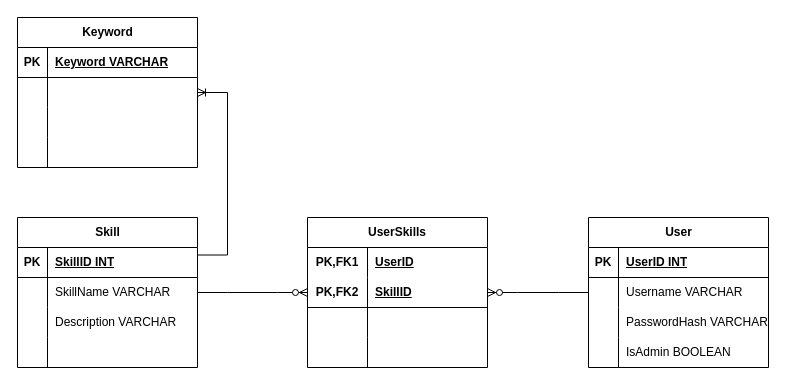
This is SkillsERD.drawio from eliresmer/Skill-Management-API, a draw.io file, before an edit. Source tidied: cells renumbered, new cells numbered last; positions are measured from the earlier drawing's top-left corner, leaving out a move shared by most shapes. Both pictures are drawn from the tidied source at 100%, with x=0, y=0 at pixel (17, 17).
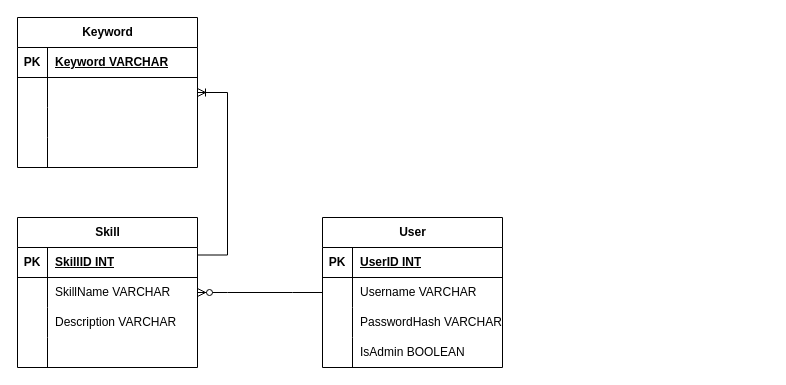
The same page after the edit.

Commit message (it also covers changes not shown here):
simplifying model further cos i realized UserSkills table was redundant

The change refers to these unchanged cells:
```xml
<mxCell id="6" style="shape=tableRow;horizontal=0;startSize=0;swimlaneHead=0;swimlaneBody=0;fillColor=none;points=[[0,0.5],[1,0.5]];portConstraint=eastwest;top=0;left=0;right=0;bottom=0;" parent="2" vertex="1">
  <mxGeometry y="60" width="180" height="30" as="geometry" />
</mxCell>
<mxCell id="19" style="shape=tableRow;horizontal=0;startSize=0;swimlaneHead=0;swimlaneBody=0;fillColor=none;points=[[0,0.5],[1,0.5]];portConstraint=eastwest;top=0;left=0;right=0;bottom=0;" parent="15" vertex="1">
  <mxGeometry y="60" width="180" height="30" as="geometry" />
</mxCell>
```

What changed in the source:
```diff
@@
     <mxCell id="2" value="User" style="shape=table;startSize=30;childLayout=tableLayout;rowLines=0;fontStyle=1;align=center;html=1;" parent="1" vertex="1">
-      <mxGeometry x="571" y="200" width="180" height="150" as="geometry" />
+      <mxGeometry x="305" y="200" width="180" height="150" as="geometry" />
     </mxCell>
@@
-    <mxCell id="28" value="UserSkills" style="shape=table;startSize=30;childLayout=tableLayout;rowLines=0;fontStyle=1;align=center;html=1;whiteSpace=wrap;" parent="1" vertex="1">
-      <mxGeometry x="290" y="200" width="180" height="150" as="geometry" />
-    </mxCell>
-    <mxCell id="29" style="shape=tableRow;horizontal=0;startSize=0;swimlaneHead=0;swimlaneBody=0;fillColor=none;top=0;left=0;right=0;bottom=0;html=1;" parent="28" vertex="1">
-      <mxGeometry y="30" width="180" height="30" as="geometry" />
-    </mxCell>
-    <mxCell id="30" value="PK,FK1" style="shape=partialRectangle;fillColor=none;top=0;left=0;bottom=0;right=0;fontStyle=1;overflow=hidden;html=1;whiteSpace=wrap;" parent="29" vertex="1">
-      <mxGeometry width="60" height="30" as="geometry" />
-    </mxCell>
-    <mxCell id="31" value="UserID" style="shape=partialRectangle;fillColor=none;top=0;left=0;bottom=0;right=0;align=left;spacingLeft=6;fontStyle=5;overflow=hidden;html=1;whiteSpace=wrap;" parent="29" vertex="1">
-      <mxGeometry x="60" width="120" height="30" as="geometry" />
-    </mxCell>
-    <mxCell id="32" style="shape=tableRow;horizontal=0;startSize=0;swimlaneHead=0;swimlaneBody=0;fillColor=none;points=[[0,0.5],[1,0.5]];portConstraint=eastwest;top=0;left=0;right=0;bottom=1;html=1;" parent="28" vertex="1">
-      <mxGeometry y="60" width="180" height="30" as="geometry" />
-    </mxCell>
-    <mxCell id="33" value="PK,FK2" style="shape=partialRectangle;fillColor=none;top=0;left=0;bottom=0;right=0;fontStyle=1;overflow=hidden;html=1;whiteSpace=wrap;" parent="32" vertex="1">
-      <mxGeometry width="60" height="30" as="geometry" />
-    </mxCell>
-    <mxCell id="34" value="SkillID" style="shape=partialRectangle;fillColor=none;top=0;left=0;bottom=0;right=0;align=left;spacingLeft=6;fontStyle=5;overflow=hidden;html=1;whiteSpace=wrap;" parent="32" vertex="1">
-      <mxGeometry x="60" width="120" height="30" as="geometry" />
-    </mxCell>
-    <mxCell id="35" style="shape=tableRow;horizontal=0;startSize=0;swimlaneHead=0;swimlaneBody=0;fillColor=none;top=0;left=0;right=0;bottom=0;html=1;" parent="28" vertex="1">
-      <mxGeometry y="90" width="180" height="30" as="geometry" />
-    </mxCell>
-    <mxCell id="36" style="shape=partialRectangle;fillColor=none;top=0;left=0;bottom=0;right=0;overflow=hidden;html=1;whiteSpace=wrap;" parent="35" vertex="1">
-      <mxGeometry width="60" height="30" as="geometry" />
-    </mxCell>
-    <mxCell id="37" style="shape=partialRectangle;fillColor=none;top=0;left=0;bottom=0;right=0;align=left;spacingLeft=6;overflow=hidden;html=1;whiteSpace=wrap;" parent="35" vertex="1">
-      <mxGeometry x="60" width="120" height="30" as="geometry" />
-    </mxCell>
-    <mxCell id="38" style="shape=tableRow;horizontal=0;startSize=0;swimlaneHead=0;swimlaneBody=0;fillColor=none;top=0;left=0;right=0;bottom=0;html=1;" parent="28" vertex="1">
-      <mxGeometry y="120" width="180" height="30" as="geometry" />
-    </mxCell>
-    <mxCell id="39" style="shape=partialRectangle;fillColor=none;top=0;left=0;bottom=0;right=0;overflow=hidden;html=1;whiteSpace=wrap;" parent="38" vertex="1">
-      <mxGeometry width="60" height="30" as="geometry" />
-    </mxCell>
-    <mxCell id="40" style="shape=partialRectangle;fillColor=none;top=0;left=0;bottom=0;right=0;align=left;spacingLeft=6;overflow=hidden;html=1;whiteSpace=wrap;" parent="38" vertex="1">
-      <mxGeometry x="60" width="120" height="30" as="geometry" />
-    </mxCell>
-    <mxCell id="41" style="edgeStyle=entityRelationEdgeStyle;fontSize=12;html=1;endArrow=ERzeroToMany;endFill=1;rounded=0;exitX=0;exitY=0.5;exitDx=0;exitDy=0;entryX=1;entryY=0.5;entryDx=0;entryDy=0;" parent="1" edge="1" source="6" target="32">
-      <mxGeometry relative="1" as="geometry" />
+    <mxCell id="41" style="edgeStyle=entityRelationEdgeStyle;fontSize=12;html=1;endArrow=ERzeroToMany;endFill=1;rounded=0;exitX=0;exitY=0.5;exitDx=0;exitDy=0;entryX=1;entryY=0.5;entryDx=0;entryDy=0;" parent="1" edge="1" source="6" target="19">
+      <mxGeometry x="-0.74" relative="1" as="geometry" />
     </mxCell>
-    <mxCell id="42" style="edgeStyle=entityRelationEdgeStyle;fontSize=12;html=1;endArrow=ERzeroToMany;endFill=1;rounded=0;exitX=1;exitY=0.5;exitDx=0;exitDy=0;entryX=0;entryY=0.5;entryDx=0;entryDy=0;" parent="1" edge="1" source="19" target="32">
-      <mxGeometry relative="1" as="geometry" />
-    </mxCell>
```
